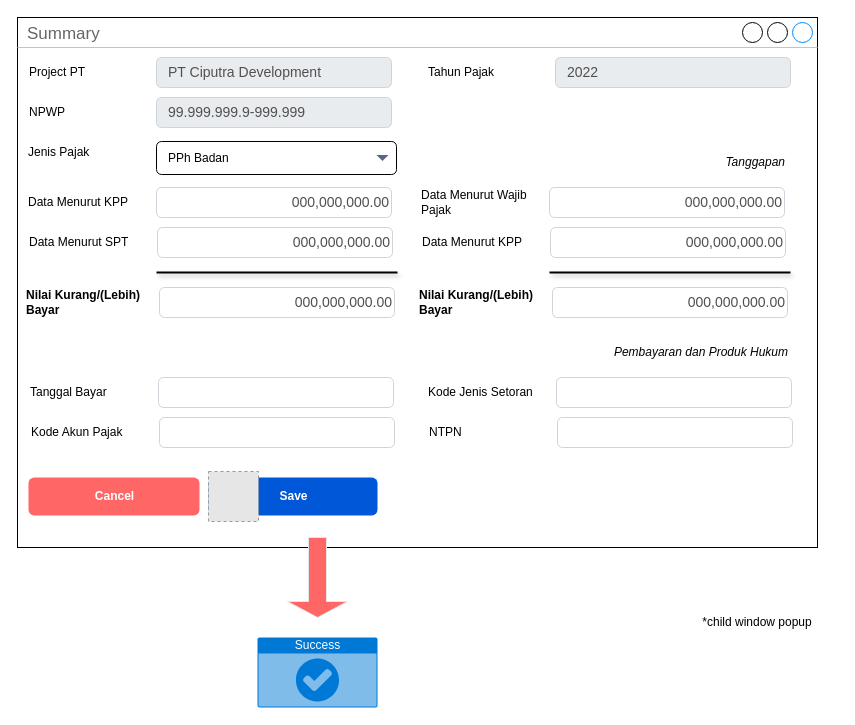
prasetyodavid/TAMS keeps this draw.io diagram as page "1.2 Summary SP2DK_Tanggapan" (6 of 21) of TAMS.drawio. Above is the earlier version. Source tidied: cells renumbered, new cells numbered last; positions are measured from the earlier drawing's top-left corner, leaving out a move shared by most shapes. Both pictures are drawn from the tidied source at 100%, with x=0, y=0 at pixel (17, 17). Pictures stored in the file or linked from it are replaced by grey dashed boxes.
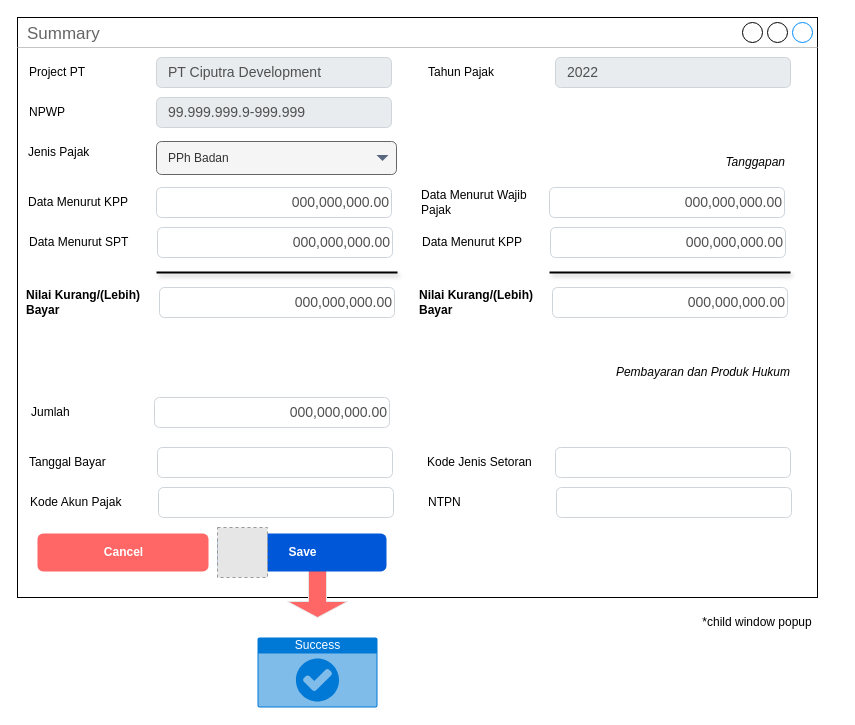
After the change.

Diff of the diagram source:
```diff
@@
     <mxCell id="2" value="Summary" style="strokeWidth=1;shadow=0;dashed=0;align=center;html=1;shape=mxgraph.mockup.containers.window;align=left;verticalAlign=top;spacingLeft=8;strokeColor2=#008cff;strokeColor3=#c4c4c4;fontColor=#666666;mainText=;fontSize=17;labelBackgroundColor=none;" parent="1" vertex="1">
-      <mxGeometry width="800" height="530" as="geometry" />
+      <mxGeometry width="800" height="580" as="geometry" />
     </mxCell>
@@
     <mxCell id="11" value="Cancel" style="rounded=1;fillColor=#FF6666;align=center;strokeColor=none;html=1;fontColor=#ffffff;fontSize=12;sketch=0;fontStyle=1;" parent="1" vertex="1">
-      <mxGeometry x="11" y="460" width="171" height="38" as="geometry" />
+      <mxGeometry x="20" y="516" width="171" height="38" as="geometry" />
     </mxCell>
@@
-    <mxCell id="29" value="PPh Badan" style="rounded=1;html=1;align=left;fontSize=12;spacingLeft=10;sketch=0;" parent="1" vertex="1">
+    <mxCell id="29" value="PPh Badan" style="rounded=1;html=1;align=left;fontSize=12;spacingLeft=10;sketch=0;fillColor=#f5f5f5;fontColor=#333333;strokeColor=#666666;" parent="1" vertex="1">
       <mxGeometry x="139" y="124" width="240" height="33" as="geometry" />
     </mxCell>
@@
     <mxCell id="31" value="Pembayaran dan Produk Hukum" style="text;html=1;strokeColor=none;fillColor=none;align=right;verticalAlign=middle;whiteSpace=wrap;rounded=0;fontColor=default;fontStyle=2;" parent="1" vertex="1">
-      <mxGeometry x="400" y="320" width="373" height="30" as="geometry" />
+      <mxGeometry x="402" y="340" width="373" height="30" as="geometry" />
     </mxCell>
     <mxCell id="32" value="Kode Jenis Setoran" style="text;html=1;strokeColor=none;fillColor=none;align=left;verticalAlign=middle;whiteSpace=wrap;rounded=0;fontColor=default;" parent="1" vertex="1">
-      <mxGeometry x="409" y="360" width="130" height="30" as="geometry" />
+      <mxGeometry x="408" y="430" width="130" height="30" as="geometry" />
     </mxCell>
     <mxCell id="33" style="html=1;shadow=0;dashed=0;shape=mxgraph.bootstrap.rrect;rSize=5;strokeColor=#CED4DA;strokeWidth=1;fillColor=none;fontColor=#505050;whiteSpace=wrap;align=right;verticalAlign=middle;spacingLeft=10;fontSize=14;" parent="1" vertex="1">
-      <mxGeometry x="539" y="360" width="235" height="30" as="geometry" />
+      <mxGeometry x="538" y="430" width="235" height="30" as="geometry" />
     </mxCell>
     <mxCell id="34" value="NTPN" style="text;html=1;strokeColor=none;fillColor=none;align=left;verticalAlign=middle;whiteSpace=wrap;rounded=0;fontColor=default;" parent="1" vertex="1">
-      <mxGeometry x="410" y="400" width="130" height="30" as="geometry" />
+      <mxGeometry x="409" y="470" width="130" height="30" as="geometry" />
     </mxCell>
     <mxCell id="35" style="html=1;shadow=0;dashed=0;shape=mxgraph.bootstrap.rrect;rSize=5;strokeColor=#CED4DA;strokeWidth=1;fillColor=none;fontColor=#505050;whiteSpace=wrap;align=right;verticalAlign=middle;spacingLeft=10;fontSize=14;" parent="1" vertex="1">
-      <mxGeometry x="540" y="400" width="235" height="30" as="geometry" />
+      <mxGeometry x="539" y="470" width="235" height="30" as="geometry" />
     </mxCell>
     <mxCell id="36" value="Tanggal Bayar" style="text;html=1;strokeColor=none;fillColor=none;align=left;verticalAlign=middle;whiteSpace=wrap;rounded=0;fontColor=default;" parent="1" vertex="1">
-      <mxGeometry x="11" y="360" width="130" height="30" as="geometry" />
+      <mxGeometry x="10" y="430" width="130" height="30" as="geometry" />
     </mxCell>
     <mxCell id="37" style="html=1;shadow=0;dashed=0;shape=mxgraph.bootstrap.rrect;rSize=5;strokeColor=#CED4DA;strokeWidth=1;fillColor=none;fontColor=#505050;whiteSpace=wrap;align=right;verticalAlign=middle;spacingLeft=10;fontSize=14;" parent="1" vertex="1">
-      <mxGeometry x="141" y="360" width="235" height="30" as="geometry" />
+      <mxGeometry x="140" y="430" width="235" height="30" as="geometry" />
     </mxCell>
     <mxCell id="38" value="Kode Akun Pajak" style="text;html=1;strokeColor=none;fillColor=none;align=left;verticalAlign=middle;whiteSpace=wrap;rounded=0;fontColor=default;" parent="1" vertex="1">
-      <mxGeometry x="12" y="400" width="130" height="30" as="geometry" />
+      <mxGeometry x="11" y="470" width="130" height="30" as="geometry" />
     </mxCell>
     <mxCell id="39" style="html=1;shadow=0;dashed=0;shape=mxgraph.bootstrap.rrect;rSize=5;strokeColor=#CED4DA;strokeWidth=1;fillColor=none;fontColor=#505050;whiteSpace=wrap;align=right;verticalAlign=middle;spacingLeft=10;fontSize=14;" parent="1" vertex="1">
-      <mxGeometry x="142" y="400" width="235" height="30" as="geometry" />
+      <mxGeometry x="141" y="470" width="235" height="30" as="geometry" />
     </mxCell>
     <mxCell id="40" style="group;" parent="1" vertex="1">
-      <mxGeometry x="191" y="454" width="169" height="50" as="geometry" />
+      <mxGeometry x="200" y="510" width="169" height="50" as="geometry" />
     </mxCell>
@@
+    <mxCell id="43" value="Jumlah" style="text;html=1;strokeColor=none;fillColor=none;align=left;verticalAlign=middle;whiteSpace=wrap;rounded=0;fontColor=default;" parent="1" vertex="1">
+      <mxGeometry x="12" y="380" width="118" height="30" as="geometry" />
+    </mxCell>
+    <mxCell id="44" value="000,000,000.00&lt;br&gt;" style="html=1;shadow=0;dashed=0;shape=mxgraph.bootstrap.rrect;rSize=5;strokeColor=#CED4DA;strokeWidth=1;fillColor=none;fontColor=#505050;whiteSpace=wrap;align=right;verticalAlign=middle;spacingLeft=10;fontSize=14;" parent="1" vertex="1">
+      <mxGeometry x="137" y="380" width="235" height="30" as="geometry" />
+    </mxCell>
```
